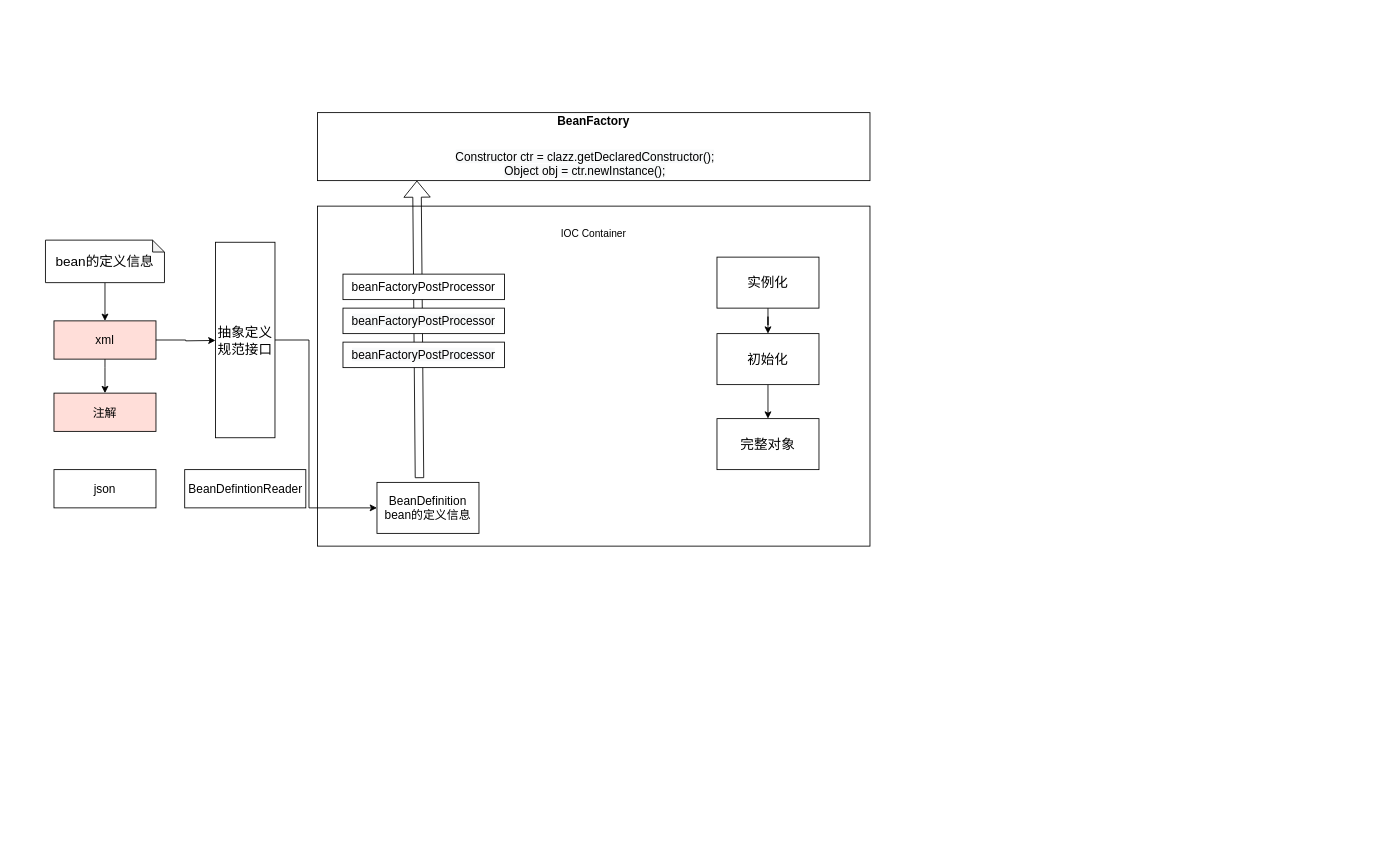
The draw.io diagram Spring/Spring加载bean的流程.drawio in dqccoding/Notes, before the edit. Source tidied: cells renumbered, new cells numbered last; positions are measured from the earlier drawing's top-left corner, leaving out a move shared by most shapes. Both pictures are drawn from the tidied source at 85%, with x=0, y=0 at pixel (45, 112).
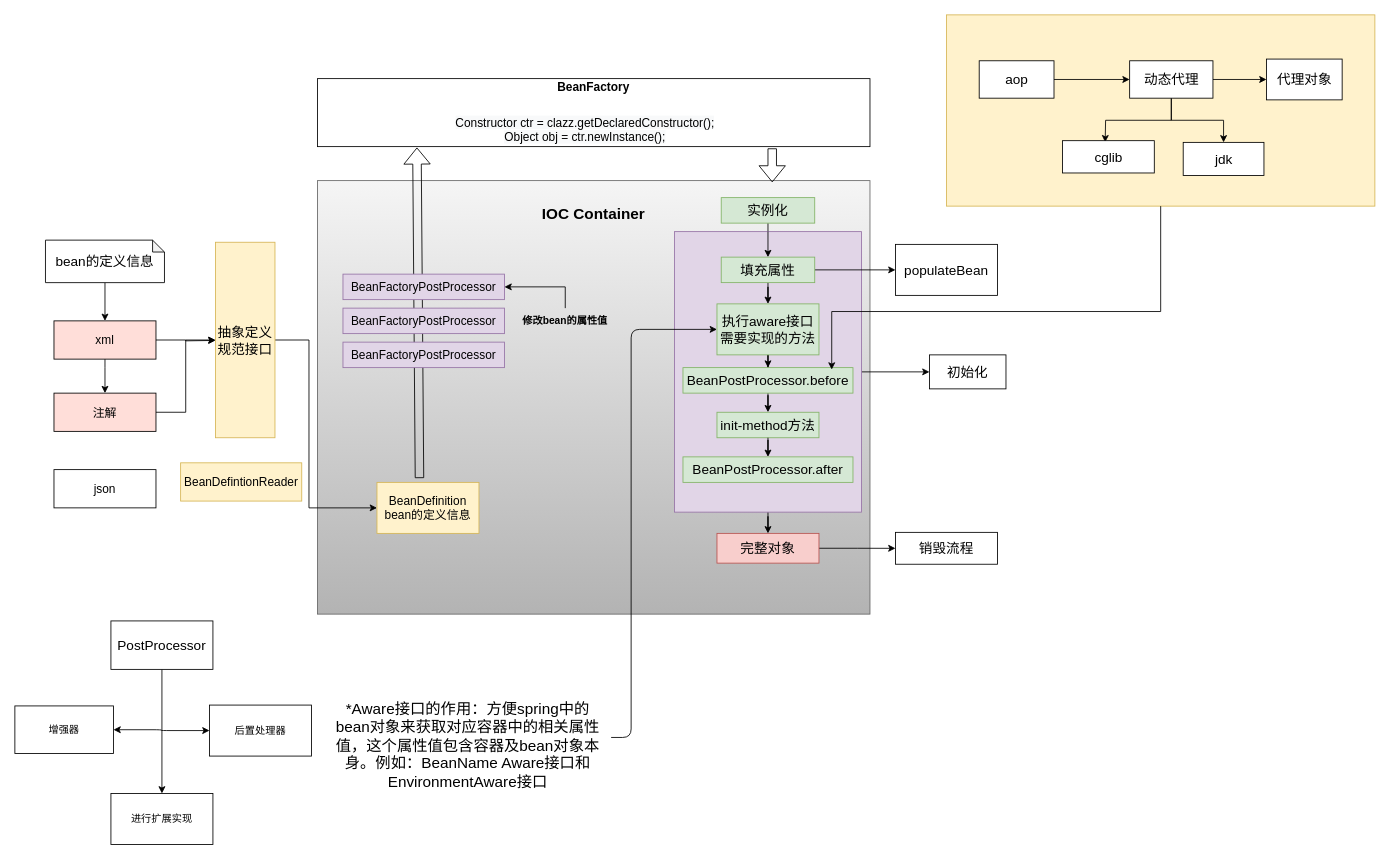
After the change.

Commit message:
更新流程图

Unchanged cells that the change refers to:
```xml
<mxCell id="8" value="注解" style="whiteSpace=wrap;html=1;fillColor=#FFDED9;fontSize=14;" parent="1" vertex="1">
  <mxGeometry x="10" y="330" width="120" height="45" as="geometry" />
</mxCell>
```

Diff of the diagram source:
```diff
@@
-<mxGraphModel>
+<mxGraphModel background="#FFFFFF">
@@
+    <mxCell id="28" style="rounded=0;whiteSpace=wrap;html=1;strokeWidth=1;fontSize=1;fillColor=#fff2cc;strokeColor=#d6b656;" parent="1" vertex="1">
+      <mxGeometry x="1060" y="-115" width="504" height="225" as="geometry" />
+    </mxCell>
-    <mxCell id="2" style="rounded=0;whiteSpace=wrap;html=1;fillColor=#FFFFFF;fontSize=16;" parent="1" vertex="1">
-      <mxGeometry x="320" y="110" width="650" height="400" as="geometry" />
+    <mxCell id="2" style="rounded=0;whiteSpace=wrap;html=1;fillColor=#f5f5f5;fontSize=16;gradientColor=#b3b3b3;strokeColor=#666666;" parent="1" vertex="1">
+      <mxGeometry x="320" y="80" width="650" height="510" as="geometry" />
     </mxCell>
@@
+    <mxCell id="29" style="edgeStyle=orthogonalEdgeStyle;rounded=0;jettySize=auto;html=1;exitX=1;exitY=0.5;exitDx=0;exitDy=0;entryX=0;entryY=0.5;entryDx=0;entryDy=0;" parent="1" edge="1" source="8" target="11">
+      <mxGeometry relative="1" as="geometry" />
+    </mxCell>
@@
-    <mxCell id="11" value="抽象定义规范接口" style="rounded=0;whiteSpace=wrap;html=1;fillColor=#FFFFFF;fontSize=16;" parent="1" vertex="1">
-      <mxGeometry x="200" y="152.5" width="70" height="230" as="geometry" />
-    </mxCell>
-    <mxCell id="12" value="BeanDefintionReader" style="rounded=0;whiteSpace=wrap;html=1;fillColor=#FFFFFF;fontSize=14;" parent="1" vertex="1">
-      <mxGeometry x="163.8" y="420" width="142.5" height="45" as="geometry" />
+    <mxCell id="12" value="BeanDefintionReader" style="rounded=0;whiteSpace=wrap;html=1;fillColor=#fff2cc;fontSize=14;strokeColor=#d6b656;" parent="1" vertex="1">
+      <mxGeometry x="159" y="412" width="142.5" height="45" as="geometry" />
     </mxCell>
@@
-    <mxCell id="14" value="IOC Container" style="text;html=1;strokeColor=none;fillColor=none;align=center;verticalAlign=middle;whiteSpace=wrap;rounded=0;" parent="1" vertex="1">
-      <mxGeometry x="600" y="132.5" width="90" height="20" as="geometry" />
+    <mxCell id="14" value="&lt;b&gt;&lt;font style=&quot;font-size: 18px&quot;&gt;IOC Container&lt;/font&gt;&lt;/b&gt;" style="text;html=1;strokeColor=none;fillColor=none;align=center;verticalAlign=middle;whiteSpace=wrap;rounded=0;" parent="1" vertex="1">
+      <mxGeometry x="580" y="110" width="130" height="20" as="geometry" />
     </mxCell>
-    <mxCell id="15" value="BeanDefinition&lt;br style=&quot;font-size: 14px;&quot;&gt;bean的定义信息" style="rounded=0;whiteSpace=wrap;html=1;fillColor=#FFFFFF;fontSize=14;" parent="1" vertex="1">
+    <mxCell id="15" value="BeanDefinition&lt;br style=&quot;font-size: 14px;&quot;&gt;bean的定义信息" style="rounded=0;whiteSpace=wrap;html=1;fillColor=#fff2cc;fontSize=14;strokeColor=#d6b656;" parent="1" vertex="1">
       <mxGeometry x="390" y="435" width="120" height="60" as="geometry" />
     </mxCell>
-    <mxCell id="16" style="shape=flexArrow;endArrow=classic;html=1;" parent="1" edge="1">
+    <mxCell id="16" style="shape=flexArrow;endArrow=classic;html=1;entryX=0.18;entryY=1.013;entryDx=0;entryDy=0;entryPerimeter=0;" parent="1" edge="1" target="25">
       <mxGeometry relative="1" as="geometry">
         <mxPoint x="440" y="430" as="sourcePoint" />
-        <mxPoint x="437" y="80" as="targetPoint" />
         <Array as="points">
           <mxPoint x="440" y="430" />
         </Array>
       </mxGeometry>
     </mxCell>
-    <mxCell id="17" value="beanFactoryPostProcessor" style="rounded=0;whiteSpace=wrap;html=1;fillColor=#FFFFFF;fontSize=14;" parent="1" vertex="1">
+    <mxCell id="17" value="BeanFactoryPostProcessor" style="rounded=0;whiteSpace=wrap;html=1;fillColor=#e1d5e7;fontSize=14;strokeColor=#9673a6;" parent="1" vertex="1">
       <mxGeometry x="350" y="190" width="190" height="30" as="geometry" />
     </mxCell>
-    <mxCell id="18" value="&#10;&#10;&lt;span style=&quot;color: rgb(0, 0, 0); font-family: helvetica; font-size: 14px; font-style: normal; font-weight: 400; letter-spacing: normal; text-align: center; text-indent: 0px; text-transform: none; word-spacing: 0px; background-color: rgb(248, 249, 250); display: inline; float: none;&quot;&gt;beanFactoryPostProcessor&lt;/span&gt;&#10;&#10;" style="rounded=0;whiteSpace=wrap;html=1;fillColor=#FFFFFF;fontSize=14;" parent="1" vertex="1">
+    <mxCell id="18" value="BeanFactoryPostProcessor" style="rounded=0;whiteSpace=wrap;html=1;fillColor=#e1d5e7;fontSize=14;strokeColor=#9673a6;" parent="1" vertex="1">
       <mxGeometry x="350" y="270" width="190" height="30" as="geometry" />
     </mxCell>
-    <mxCell id="19" value="&#10;&#10;&lt;span style=&quot;color: rgb(0, 0, 0); font-family: helvetica; font-size: 14px; font-style: normal; font-weight: 400; letter-spacing: normal; text-align: center; text-indent: 0px; text-transform: none; word-spacing: 0px; background-color: rgb(248, 249, 250); display: inline; float: none;&quot;&gt;beanFactoryPostProcessor&lt;/span&gt;&#10;&#10;" style="rounded=0;whiteSpace=wrap;html=1;fillColor=#FFFFFF;fontSize=14;" parent="1" vertex="1">
+    <mxCell id="19" value="BeanFactoryPostProcessor" style="rounded=0;whiteSpace=wrap;html=1;fillColor=#e1d5e7;fontSize=14;strokeColor=#9673a6;" parent="1" vertex="1">
       <mxGeometry x="350" y="230" width="190" height="30" as="geometry" />
     </mxCell>
-    <mxCell id="20" style="edgeStyle=orthogonalEdgeStyle;rounded=0;jettySize=auto;html=1;" parent="1" edge="1" source="21" target="23">
-      <mxGeometry relative="1" as="geometry" />
-    </mxCell>
+    <mxCell id="30" style="edgeStyle=orthogonalEdgeStyle;rounded=0;jettySize=auto;html=1;" parent="1" edge="1" source="21" target="38">
+      <mxGeometry relative="1" as="geometry" />
+    </mxCell>
-    <mxCell id="21" value="实例化" style="rounded=0;whiteSpace=wrap;html=1;fillColor=#FFFFFF;fontSize=16;" parent="1" vertex="1">
-      <mxGeometry x="790" y="170" width="120" height="60" as="geometry" />
+    <mxCell id="21" value="实例化" style="rounded=0;whiteSpace=wrap;html=1;fillColor=#d5e8d4;fontSize=16;strokeColor=#82b366;" parent="1" vertex="1">
+      <mxGeometry x="795" y="100" width="110" height="30" as="geometry" />
     </mxCell>
@@
+    <mxCell id="31" style="edgeStyle=orthogonalEdgeStyle;rounded=0;jettySize=auto;html=1;" parent="1" edge="1" source="23" target="39">
+      <mxGeometry relative="1" as="geometry" />
+    </mxCell>
+    <mxCell id="32" style="edgeStyle=orthogonalEdgeStyle;rounded=0;jettySize=auto;html=1;exitX=0.5;exitY=0;exitDx=0;exitDy=0;entryX=0.5;entryY=0;entryDx=0;entryDy=0;" parent="1" edge="1" source="23" target="36">
+      <mxGeometry relative="1" as="geometry" />
+    </mxCell>
-    <mxCell id="23" value="初始化" style="whiteSpace=wrap;html=1;rounded=0;fillColor=#FFFFFF;fontSize=16;" parent="1" vertex="1">
-      <mxGeometry x="790" y="260" width="120" height="60" as="geometry" />
+    <mxCell id="23" style="whiteSpace=wrap;html=1;rounded=0;fillColor=#e1d5e7;fontSize=16;strokeColor=#9673a6;" parent="1" vertex="1">
+      <mxGeometry x="740" y="140" width="220" height="330" as="geometry" />
     </mxCell>
+    <mxCell id="33" style="edgeStyle=orthogonalEdgeStyle;rounded=0;jettySize=auto;html=1;" parent="1" edge="1" source="24" target="48">
+      <mxGeometry relative="1" as="geometry" />
+    </mxCell>
-    <mxCell id="24" value="完整对象" style="whiteSpace=wrap;html=1;rounded=0;fillColor=#FFFFFF;fontSize=16;" parent="1" vertex="1">
-      <mxGeometry x="790" y="360" width="120" height="60" as="geometry" />
+    <mxCell id="24" value="完整对象" style="whiteSpace=wrap;html=1;rounded=0;fillColor=#f8cecc;fontSize=16;strokeColor=#b85450;" parent="1" vertex="1">
+      <mxGeometry x="790" y="495" width="120" height="35" as="geometry" />
     </mxCell>
     <mxCell id="25" style="rounded=0;whiteSpace=wrap;html=1;fillColor=#FFFFFF;fontSize=14;" parent="1" vertex="1">
-      <mxGeometry x="320" width="650" height="80" as="geometry" />
+      <mxGeometry x="320" y="-40" width="650" height="80" as="geometry" />
     </mxCell>
     <mxCell id="26" value="&lt;b&gt;BeanFactory&lt;/b&gt;" style="text;html=1;strokeColor=none;fillColor=none;align=center;verticalAlign=middle;whiteSpace=wrap;rounded=0;fontSize=14;" parent="1" vertex="1">
-      <mxGeometry x="625" width="40" height="20" as="geometry" />
+      <mxGeometry x="625" y="-40" width="40" height="20" as="geometry" />
     </mxCell>
     <mxCell id="27" value="&#10;&#10;&lt;span style=&quot;color: rgb(0, 0, 0); font-family: helvetica; font-size: 14px; font-style: normal; font-weight: 400; letter-spacing: normal; text-align: center; text-indent: 0px; text-transform: none; word-spacing: 0px; background-color: rgb(248, 249, 250); display: inline; float: none;&quot;&gt;Constructor ctr = clazz.getDeclaredConstructor();&lt;/span&gt;&lt;br style=&quot;color: rgb(0, 0, 0); font-family: helvetica; font-size: 14px; font-style: normal; font-weight: 400; letter-spacing: normal; text-align: center; text-indent: 0px; text-transform: none; word-spacing: 0px; background-color: rgb(248, 249, 250);&quot;&gt;&lt;span style=&quot;color: rgb(0, 0, 0); font-family: helvetica; font-size: 14px; font-style: normal; font-weight: 400; letter-spacing: normal; text-align: center; text-indent: 0px; text-transform: none; word-spacing: 0px; background-color: rgb(248, 249, 250); display: inline; float: none;&quot;&gt;Object obj = ctr.newInstance();&lt;/span&gt;&#10;&#10;" style="text;html=1;strokeColor=none;fillColor=none;align=center;verticalAlign=middle;whiteSpace=wrap;rounded=0;fontSize=14;" parent="1" vertex="1">
-      <mxGeometry x="440" y="50" width="390" height="20" as="geometry" />
+      <mxGeometry x="440" y="10" width="390" height="20" as="geometry" />
     </mxCell>
+    <mxCell id="34" style="edgeStyle=orthogonalEdgeStyle;rounded=0;jettySize=auto;html=1;" parent="1" edge="1" source="36" target="38">
+      <mxGeometry relative="1" as="geometry" />
+    </mxCell>
+    <mxCell id="35" style="edgeStyle=orthogonalEdgeStyle;rounded=0;jettySize=auto;html=1;" parent="1" edge="1" source="36" target="47">
+      <mxGeometry relative="1" as="geometry" />
+    </mxCell>
+    <mxCell id="36" value="填充属性" style="rounded=0;whiteSpace=wrap;html=1;fillColor=#d5e8d4;fontSize=16;strokeColor=#82b366;" parent="1" vertex="1">
+      <mxGeometry x="795" y="170" width="110" height="30" as="geometry" />
+    </mxCell>
+    <mxCell id="37" style="edgeStyle=orthogonalEdgeStyle;rounded=0;jettySize=auto;html=1;" parent="1" edge="1" source="38" target="41">
+      <mxGeometry relative="1" as="geometry" />
+    </mxCell>
+    <mxCell id="38" value="执行aware接口需要实现的方法" style="whiteSpace=wrap;html=1;rounded=0;fontSize=16;fillColor=#d5e8d4;strokeColor=#82b366;" parent="1" vertex="1">
+      <mxGeometry x="790" y="225" width="120" height="60" as="geometry" />
+    </mxCell>
+    <mxCell id="39" value="初始化" style="whiteSpace=wrap;html=1;rounded=0;fontSize=16;fillColor=#FFFFFF;" parent="1" vertex="1">
+      <mxGeometry x="1040" y="285" width="90" height="40" as="geometry" />
+    </mxCell>
+    <mxCell id="40" style="edgeStyle=orthogonalEdgeStyle;rounded=0;jettySize=auto;html=1;" parent="1" edge="1" source="41" target="43">
+      <mxGeometry relative="1" as="geometry" />
+    </mxCell>
+    <mxCell id="41" value="BeanPostProcessor.before" style="whiteSpace=wrap;html=1;rounded=0;fontSize=16;fillColor=#d5e8d4;strokeColor=#82b366;" parent="1" vertex="1">
+      <mxGeometry x="750" y="300" width="200" height="30" as="geometry" />
+    </mxCell>
+    <mxCell id="42" style="edgeStyle=orthogonalEdgeStyle;rounded=0;jettySize=auto;html=1;" parent="1" edge="1" source="44">
+      <mxGeometry relative="1" as="geometry">
+        <mxPoint x="850" y="420" as="targetPoint" />
+        <Array as="points">
+          <mxPoint x="850" y="410" />
+          <mxPoint x="860" y="410" />
+        </Array>
+      </mxGeometry>
+    </mxCell>
+    <mxCell id="43" value="init-method方法" style="whiteSpace=wrap;html=1;rounded=0;fontSize=16;fillColor=#d5e8d4;strokeColor=#82b366;" parent="1" vertex="1">
+      <mxGeometry x="790" y="352.5" width="120" height="30" as="geometry" />
+    </mxCell>
+    <mxCell id="44" value="BeanPostProcessor.after" style="whiteSpace=wrap;html=1;rounded=0;fontSize=16;fillColor=#d5e8d4;strokeColor=#82b366;" parent="1" vertex="1">
+      <mxGeometry x="750" y="405" width="200" height="30" as="geometry" />
+    </mxCell>
+    <mxCell id="45" style="edgeStyle=orthogonalEdgeStyle;rounded=0;jettySize=auto;html=1;" parent="1" edge="1" source="43" target="44">
+      <mxGeometry relative="1" as="geometry" />
+    </mxCell>
+    <mxCell id="46" style="edgeStyle=orthogonalEdgeStyle;rounded=0;jettySize=auto;html=1;exitX=0.5;exitY=0;exitDx=0;exitDy=0;entryX=0.5;entryY=0;entryDx=0;entryDy=0;" parent="1" edge="1" source="23" target="36">
+      <mxGeometry relative="1" as="geometry" />
+    </mxCell>
+    <mxCell id="11" value="抽象定义规范接口" style="rounded=0;whiteSpace=wrap;html=1;fillColor=#fff2cc;fontSize=16;strokeColor=#d6b656;" parent="1" vertex="1">
+      <mxGeometry x="200" y="152.5" width="70" height="230" as="geometry" />
+    </mxCell>
+    <mxCell id="47" value="populateBean" style="whiteSpace=wrap;html=1;rounded=0;fontSize=16;" parent="1" vertex="1">
+      <mxGeometry x="1000" y="155" width="120" height="60" as="geometry" />
+    </mxCell>
+    <mxCell id="48" value="销毁流程" style="whiteSpace=wrap;html=1;rounded=0;fontSize=16;" parent="1" vertex="1">
+      <mxGeometry x="1000" y="493.8" width="120" height="37.5" as="geometry" />
+    </mxCell>
+    <mxCell id="49" style="edgeStyle=orthogonalEdgeStyle;rounded=0;jettySize=auto;html=1;" parent="1" edge="1" source="50" target="51">
+      <mxGeometry relative="1" as="geometry" />
+    </mxCell>
+    <mxCell id="50" value="&lt;font style=&quot;font-size: 16px&quot;&gt;PostProcessor&lt;/font&gt;" style="rounded=0;whiteSpace=wrap;html=1;" parent="1" vertex="1">
+      <mxGeometry x="77" y="598" width="120" height="57" as="geometry" />
+    </mxCell>
+    <mxCell id="51" value="进行扩展实现" style="whiteSpace=wrap;html=1;rounded=0;" parent="1" vertex="1">
+      <mxGeometry x="77" y="801" width="120" height="60" as="geometry" />
+    </mxCell>
+    <mxCell id="52" style="endArrow=classic;startArrow=classic;html=1;fontFamily=Helvetica;fontSize=11;fontColor=#000000;align=center;strokeColor=#000000;edgeStyle=orthogonalEdgeStyle;" parent="1" edge="1" source="53" target="54">
+      <mxGeometry relative="1" as="geometry" />
+    </mxCell>
+    <mxCell id="53" value="增强器" style="rounded=0;whiteSpace=wrap;html=1;" parent="1" vertex="1">
+      <mxGeometry x="-36" y="698" width="116" height="56" as="geometry" />
+    </mxCell>
+    <mxCell id="54" value="后置处理器" style="whiteSpace=wrap;html=1;rounded=0;" parent="1" vertex="1">
+      <mxGeometry x="193" y="697" width="120" height="60" as="geometry" />
+    </mxCell>
+    <mxCell id="55" style="edgeStyle=orthogonalEdgeStyle;rounded=0;jettySize=auto;html=1;entryX=1;entryY=0.5;entryDx=0;entryDy=0;" parent="1" edge="1" source="56" target="17">
+      <mxGeometry relative="1" as="geometry">
+        <Array as="points">
+          <mxPoint x="612" y="205" />
+        </Array>
+      </mxGeometry>
+    </mxCell>
+    <mxCell id="56" value="&lt;b&gt;修改bean的属性值&lt;/b&gt;" style="text;html=1;strokeColor=none;fillColor=none;align=center;verticalAlign=middle;whiteSpace=wrap;rounded=0;" parent="1" vertex="1">
+      <mxGeometry x="558" y="230" width="107" height="29" as="geometry" />
+    </mxCell>
+    <mxCell id="57" style="shape=flexArrow;endArrow=classic;html=1;" parent="1" edge="1">
+      <mxGeometry relative="1" as="geometry">
+        <mxPoint x="855" y="42" as="sourcePoint" />
+        <mxPoint x="855" y="82" as="targetPoint" />
+      </mxGeometry>
+    </mxCell>
+    <mxCell id="58" value="&lt;font style=&quot;font-size: 18px&quot;&gt;*Aware接口的作用：方便spring中的bean对象来获取对应容器中的相关属性值，这个属性值包含容器及bean对象本身。例如：BeanName Aware接口和EnvironmentAware接口&lt;/font&gt;" style="text;html=1;strokeColor=none;fillColor=none;align=center;verticalAlign=middle;whiteSpace=wrap;rounded=0;" parent="1" vertex="1">
+      <mxGeometry x="335" y="670" width="324" height="150" as="geometry" />
+    </mxCell>
+    <mxCell id="59" style="edgeStyle=elbowEdgeStyle;elbow=horizontal;endArrow=classic;html=1;exitX=1.02;exitY=0.434;exitDx=0;exitDy=0;entryX=0;entryY=0.5;entryDx=0;entryDy=0;exitPerimeter=0;" parent="1" edge="1" source="58" target="38">
+      <mxGeometry relative="1" as="geometry">
+        <Array as="points">
+          <mxPoint x="689" y="751" />
+        </Array>
+      </mxGeometry>
+    </mxCell>
+    <mxCell id="60" style="edgeStyle=orthogonalEdgeStyle;rounded=0;jettySize=auto;html=1;" parent="1" edge="1" source="61" target="65">
+      <mxGeometry relative="1" as="geometry" />
+    </mxCell>
+    <mxCell id="61" value="&lt;font style=&quot;font-size: 16px&quot;&gt;aop&lt;/font&gt;" style="rounded=0;whiteSpace=wrap;html=1;" parent="1" vertex="1">
+      <mxGeometry x="1098.5" y="-61" width="88" height="44" as="geometry" />
+    </mxCell>
+    <mxCell id="62" style="edgeStyle=orthogonalEdgeStyle;rounded=0;jettySize=auto;html=1;" parent="1" edge="1" source="65" target="66">
+      <mxGeometry relative="1" as="geometry" />
+    </mxCell>
+    <mxCell id="63" style="edgeStyle=orthogonalEdgeStyle;rounded=0;jettySize=auto;html=1;exitX=0.5;exitY=1;exitDx=0;exitDy=0;" parent="1" edge="1" source="65">
+      <mxGeometry relative="1" as="geometry">
+        <mxPoint x="1246.7" y="34.9" as="targetPoint" />
+      </mxGeometry>
+    </mxCell>
+    <mxCell id="64" style="edgeStyle=orthogonalEdgeStyle;rounded=0;jettySize=auto;html=1;entryX=0.5;entryY=0;entryDx=0;entryDy=0;" parent="1" edge="1" source="65" target="68">
+      <mxGeometry relative="1" as="geometry" />
+    </mxCell>
+    <mxCell id="65" value="&lt;font style=&quot;font-size: 16px&quot;&gt;动态代理&lt;/font&gt;" style="whiteSpace=wrap;html=1;rounded=0;" parent="1" vertex="1">
+      <mxGeometry x="1275.5" y="-61" width="98" height="44" as="geometry" />
+    </mxCell>
+    <mxCell id="66" value="&lt;font style=&quot;font-size: 16px&quot;&gt;代理对象&lt;/font&gt;" style="whiteSpace=wrap;html=1;rounded=0;" parent="1" vertex="1">
+      <mxGeometry x="1436.5" y="-63" width="89" height="48" as="geometry" />
+    </mxCell>
+    <mxCell id="67" value="&lt;font style=&quot;font-size: 16px&quot;&gt;cglib&lt;/font&gt;" style="rounded=0;whiteSpace=wrap;html=1;" parent="1" vertex="1">
+      <mxGeometry x="1196.5" y="33" width="108" height="38" as="geometry" />
+    </mxCell>
+    <mxCell id="68" value="&lt;font style=&quot;font-size: 16px&quot;&gt;jdk&lt;/font&gt;" style="rounded=0;whiteSpace=wrap;html=1;" parent="1" vertex="1">
+      <mxGeometry x="1338.5" y="35" width="95" height="39" as="geometry" />
+    </mxCell>
+    <mxCell id="69" style="edgeStyle=orthogonalEdgeStyle;rounded=0;jettySize=auto;html=1;exitX=0.5;exitY=1;exitDx=0;exitDy=0;entryX=0.875;entryY=0.076;entryDx=0;entryDy=0;entryPerimeter=0;strokeWidth=1;fontSize=1;" parent="1" edge="1" source="28" target="41">
+      <mxGeometry relative="1" as="geometry">
+        <Array as="points">
+          <mxPoint x="1312" y="234" />
+          <mxPoint x="925" y="234" />
+        </Array>
+      </mxGeometry>
+    </mxCell>
```
